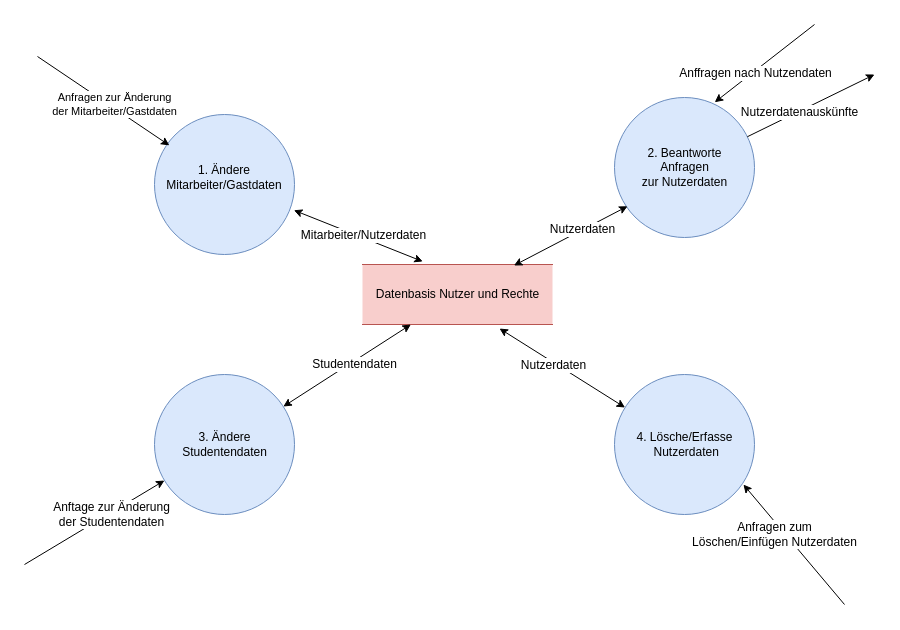
Earlier version of the draw.io diagram 2_Ontologies/Strukturierte Analyse/DFDs/Level2/DFD_2 Verwalte Nutzer.drawio (mostermann96/SWT2). Source tidied: cells renumbered, new cells numbered last; positions are measured from the earlier drawing's top-left corner, leaving out a move shared by most shapes. Both pictures are drawn from the tidied source at 100%, with x=0, y=0 at pixel (24, 24).
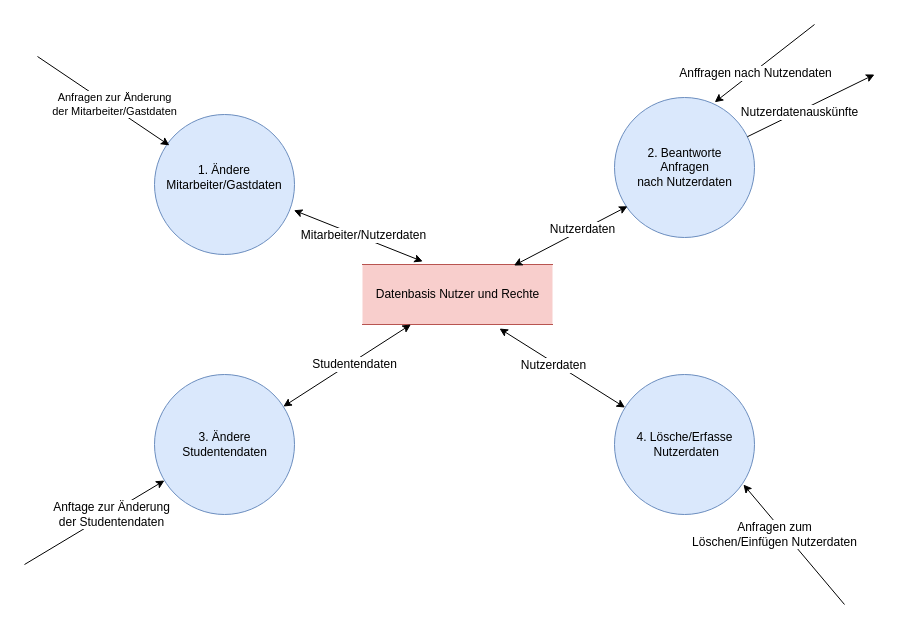
The same diagram, later.

Commit message (it also covers changes not shown here):
added readme for DFDs Verwalte Nutzer und Rechte

What changed in the source:
```diff
@@
-    <mxCell id="3" value="2. Beantworte&lt;br&gt;Anfragen &lt;br&gt;zur Nutzerdaten" style="shape=ellipse;html=1;dashed=0;whitespace=wrap;perimeter=ellipsePerimeter;fillColor=#dae8fc;strokeColor=#6c8ebf;" parent="1" vertex="1">
+    <mxCell id="3" value="2. Beantworte&lt;br&gt;Anfragen &lt;br&gt;nach Nutzerdaten" style="shape=ellipse;html=1;dashed=0;whitespace=wrap;perimeter=ellipsePerimeter;fillColor=#dae8fc;strokeColor=#6c8ebf;" parent="1" vertex="1">
       <mxGeometry x="590" y="73" width="140" height="140" as="geometry" />
     </mxCell>
```
